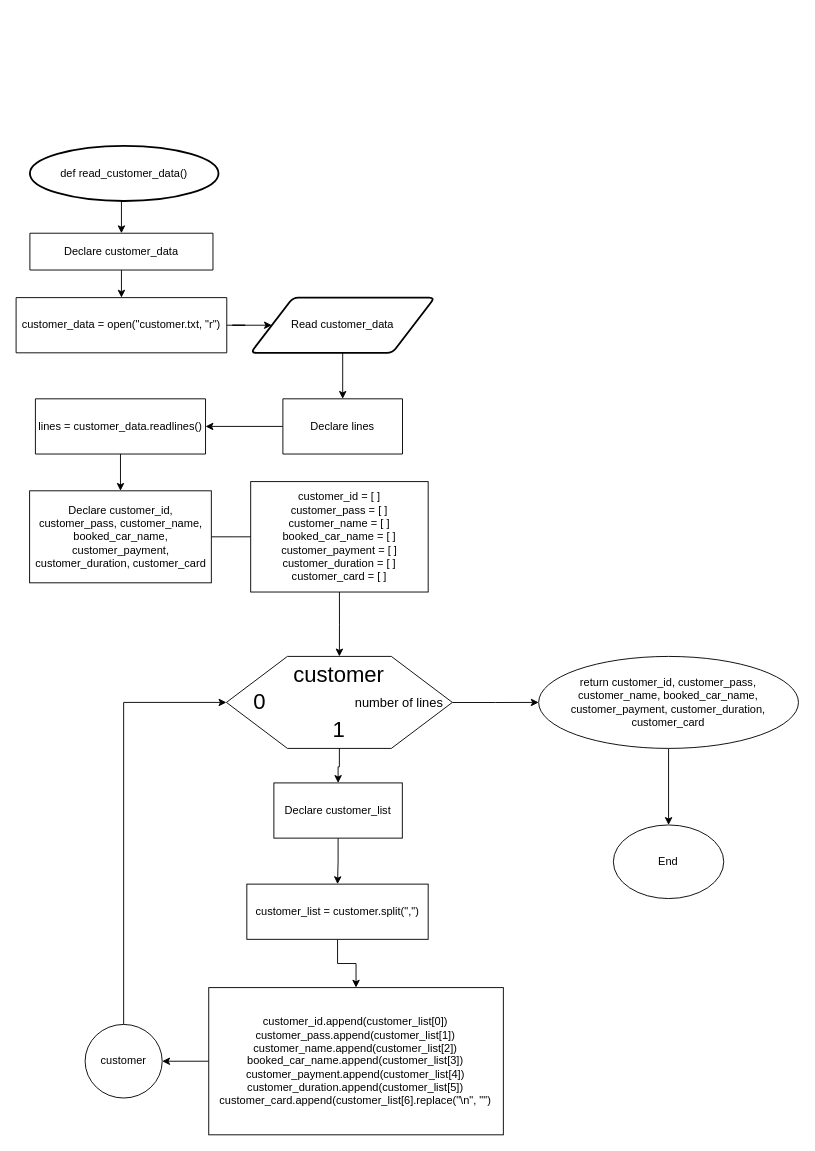
Above: page "read_customer_data()" (4 of 27) of Flowchart.drawio in LeeRenJie/python-assignment (draw.io), before the change. Source tidied: cells renumbered, new cells numbered last; positions are measured from the earlier drawing's top-left corner, leaving out a move shared by most shapes. Both pictures are drawn from the tidied source at 92%, with x=0, y=0 at pixel (16, 145).
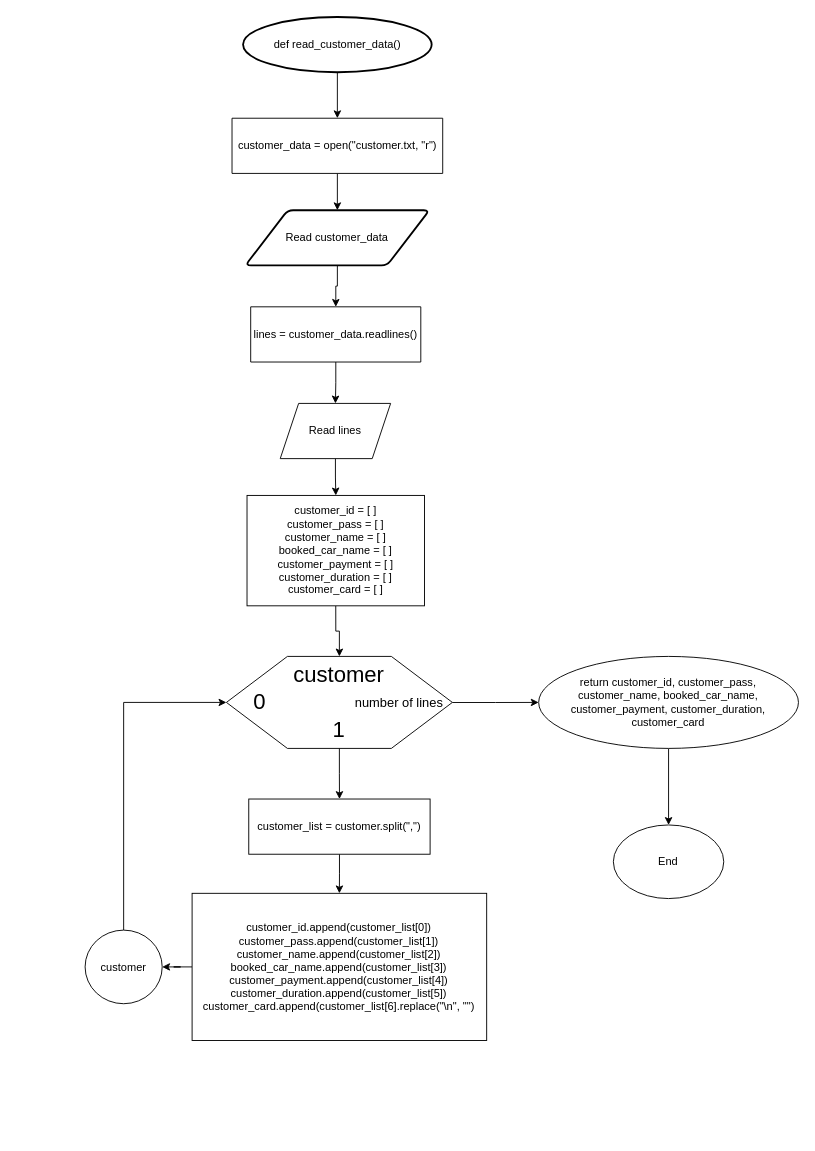
After the change.

Unchanged cells that the change refers to:
```xml
<mxCell id="19" style="verticalLabelPosition=bottom;verticalAlign=top;html=1;shape=hexagon;perimeter=hexagonPerimeter2;arcSize=6;size=0.27;" parent="18" vertex="1">
  <mxGeometry width="245.6" height="100" as="geometry" />
</mxCell>
```

What changed in the source:
```diff
@@
-    <mxCell id="2" style="edgeStyle=orthogonalEdgeStyle;rounded=0;jettySize=auto;html=1;exitX=0.5;exitY=1;exitDx=0;exitDy=0;exitPerimeter=0;entryX=0.5;entryY=0;entryDx=0;entryDy=0;" parent="1" edge="1" source="12" target="11">
-      <mxGeometry relative="1" as="geometry" />
-    </mxCell>
+    <mxCell id="37" style="edgeStyle=orthogonalEdgeStyle;rounded=0;jettySize=auto;html=1;" parent="1" edge="1" source="3" target="11">
+      <mxGeometry relative="1" as="geometry" />
+    </mxCell>
     <mxCell id="3" value="def read_customer_data()" style="strokeWidth=2;html=1;shape=mxgraph.flowchart.start_1;whiteSpace=wrap;" parent="1" vertex="1">
-      <mxGeometry x="15" width="205" height="60" as="geometry" />
+      <mxGeometry x="246.7" y="-140" width="205" height="60" as="geometry" />
     </mxCell>
-    <mxCell id="4" style="edgeStyle=orthogonalEdgeStyle;rounded=0;jettySize=auto;html=1;" parent="1" edge="1" source="5" target="15">
-      <mxGeometry relative="1" as="geometry" />
-    </mxCell>
+    <mxCell id="38" style="edgeStyle=orthogonalEdgeStyle;rounded=0;jettySize=auto;html=1;" parent="1" edge="1" source="5" target="41">
+      <mxGeometry relative="1" as="geometry" />
+    </mxCell>
     <mxCell id="5" value="lines = customer_data.readlines()" style="shape=parallelogram;perimeter=parallelogramPerimeter;whiteSpace=wrap;html=1;fixedSize=1;size=-280;" parent="1" vertex="1">
-      <mxGeometry x="21" y="275" width="184.9" height="60" as="geometry" />
+      <mxGeometry x="255" y="175" width="184.9" height="60" as="geometry" />
     </mxCell>
-    <mxCell id="6" style="edgeStyle=orthogonalEdgeStyle;rounded=0;jettySize=auto;html=1;exitX=0;exitY=0.5;exitDx=0;exitDy=0;entryX=1;entryY=0.5;entryDx=0;entryDy=0;" parent="1" edge="1" source="7" target="5">
-      <mxGeometry relative="1" as="geometry" />
-    </mxCell>
-    <mxCell id="7" value="Declare lines" style="shape=parallelogram;perimeter=parallelogramPerimeter;whiteSpace=wrap;html=1;fixedSize=1;size=-280;" parent="1" vertex="1">
-      <mxGeometry x="290" y="275" width="130" height="60" as="geometry" />
-    </mxCell>
-    <mxCell id="8" style="edgeStyle=orthogonalEdgeStyle;rounded=0;jettySize=auto;html=1;exitX=0.5;exitY=1;exitDx=0;exitDy=0;entryX=0.5;entryY=0;entryDx=0;entryDy=0;" parent="1" edge="1" source="9" target="7">
-      <mxGeometry relative="1" as="geometry" />
-    </mxCell>
+    <mxCell id="39" style="edgeStyle=orthogonalEdgeStyle;rounded=0;jettySize=auto;html=1;" parent="1" edge="1" source="9" target="5">
+      <mxGeometry relative="1" as="geometry" />
+    </mxCell>
     <mxCell id="9" value="Read customer_data" style="shape=parallelogram;html=1;strokeWidth=2;perimeter=parallelogramPerimeter;whiteSpace=wrap;rounded=1;arcSize=12;size=0.23;" parent="1" vertex="1">
-      <mxGeometry x="255" y="165" width="200" height="60" as="geometry" />
+      <mxGeometry x="249.2" y="70" width="200" height="60" as="geometry" />
     </mxCell>
-    <mxCell id="10" style="edgeStyle=orthogonalEdgeStyle;rounded=0;jettySize=auto;html=1;exitX=1;exitY=0.5;exitDx=0;exitDy=0;entryX=0;entryY=0.5;entryDx=0;entryDy=0;" parent="1" edge="1" source="11" target="9">
+    <mxCell id="10" style="edgeStyle=orthogonalEdgeStyle;rounded=0;jettySize=auto;html=1;" parent="1" edge="1" source="11" target="9">
       <mxGeometry relative="1" as="geometry" />
     </mxCell>
     <mxCell id="11" value="&lt;span&gt;customer_data = open(&quot;customer.txt, &quot;r&quot;)&lt;/span&gt;" style="shape=parallelogram;perimeter=parallelogramPerimeter;whiteSpace=wrap;html=1;fixedSize=1;size=-280;" parent="1" vertex="1">
-      <mxGeometry y="165" width="229" height="60" as="geometry" />
+      <mxGeometry x="234.7" y="-30" width="229" height="60" as="geometry" />
     </mxCell>
-    <mxCell id="12" value="Declare customer_data" style="shape=parallelogram;perimeter=parallelogramPerimeter;whiteSpace=wrap;html=1;fixedSize=1;size=-280;" parent="1" vertex="1">
-      <mxGeometry x="15" y="95" width="199" height="40" as="geometry" />
-    </mxCell>
-    <mxCell id="13" style="edgeStyle=orthogonalEdgeStyle;rounded=0;jettySize=auto;html=1;exitX=0.5;exitY=1;exitDx=0;exitDy=0;exitPerimeter=0;entryX=0.5;entryY=0;entryDx=0;entryDy=0;" parent="1" edge="1" source="3" target="12">
-      <mxGeometry relative="1" as="geometry" />
-    </mxCell>
-    <mxCell id="14" style="edgeStyle=orthogonalEdgeStyle;rounded=0;jettySize=auto;html=1;" parent="1" edge="1" source="15">
-      <mxGeometry relative="1" as="geometry">
-        <mxPoint x="270" y="425" as="targetPoint" />
-      </mxGeometry>
-    </mxCell>
-    <mxCell id="15" value="Declare customer_id, customer_pass, customer_name, booked_car_name, customer_payment, customer_duration, customer_card" style="whiteSpace=wrap;html=1;" parent="1" vertex="1">
-      <mxGeometry x="14.7" y="375" width="197.5" height="100" as="geometry" />
-    </mxCell>
@@
     <mxCell id="17" value="customer_id = [ ]&lt;br&gt;customer_pass = [ ]&lt;br&gt;customer_name = [ ]&lt;br&gt;booked_car_name = [ ]&lt;br&gt;customer_payment = [ ]&lt;br&gt;customer_duration = [ ]&lt;br&gt;customer_card = [ ]" style="whiteSpace=wrap;html=1;" parent="1" vertex="1">
-      <mxGeometry x="255" y="365" width="192.9" height="120" as="geometry" />
+      <mxGeometry x="251" y="380" width="192.9" height="120" as="geometry" />
     </mxCell>
@@
-    <mxCell id="24" style="edgeStyle=orthogonalEdgeStyle;rounded=0;jettySize=auto;html=1;" parent="1" edge="1" source="25" target="28">
-      <mxGeometry relative="1" as="geometry" />
-    </mxCell>
-    <mxCell id="25" value="Declare customer_list" style="whiteSpace=wrap;html=1;" parent="1" vertex="1">
-      <mxGeometry x="280.2" y="692.5" width="139.6" height="60" as="geometry" />
-    </mxCell>
-    <mxCell id="26" style="edgeStyle=orthogonalEdgeStyle;rounded=0;jettySize=auto;html=1;" parent="1" edge="1" source="19" target="25">
-      <mxGeometry relative="1" as="geometry" />
-    </mxCell>
@@
     <mxCell id="28" value="customer_list = customer.split(&quot;,&quot;)" style="whiteSpace=wrap;html=1;" parent="1" vertex="1">
-      <mxGeometry x="250.8" y="802.5" width="197.1" height="60" as="geometry" />
+      <mxGeometry x="252.9" y="710" width="197.1" height="60" as="geometry" />
     </mxCell>
@@
     <mxCell id="30" value="customer_id.append(customer_list[0])&lt;br&gt;customer_pass.append(customer_list[1])&lt;br&gt;customer_name.append(customer_list[2])&lt;br&gt;booked_car_name.append(customer_list[3])&lt;br&gt;customer_payment.append(customer_list[4])&lt;br&gt;customer_duration.append(customer_list[5])&lt;br&gt;customer_card.append(customer_list[6].replace(&quot;\n&quot;, &quot;&quot;)" style="whiteSpace=wrap;html=1;" parent="1" vertex="1">
-      <mxGeometry x="209.4" y="915" width="320.2" height="160" as="geometry" />
+      <mxGeometry x="191.3" y="812.5" width="320.2" height="160" as="geometry" />
     </mxCell>
@@
     <mxCell id="32" value="customer" style="ellipse;whiteSpace=wrap;html=1;" parent="1" vertex="1">
-      <mxGeometry x="75" y="955" width="83.8" height="80" as="geometry" />
+      <mxGeometry x="75" y="852.5" width="83.8" height="80" as="geometry" />
     </mxCell>
@@
+    <mxCell id="40" style="edgeStyle=orthogonalEdgeStyle;rounded=0;jettySize=auto;html=1;" parent="1" edge="1" source="41" target="17">
+      <mxGeometry relative="1" as="geometry" />
+    </mxCell>
+    <mxCell id="41" value="Read lines" style="shape=parallelogram;perimeter=parallelogramPerimeter;whiteSpace=wrap;html=1;fixedSize=1;" parent="1" vertex="1">
+      <mxGeometry x="287.1" y="280" width="120" height="60" as="geometry" />
+    </mxCell>
+    <mxCell id="42" style="edgeStyle=orthogonalEdgeStyle;rounded=0;jettySize=auto;html=1;" parent="1" edge="1" source="19" target="28">
+      <mxGeometry relative="1" as="geometry" />
+    </mxCell>
```
